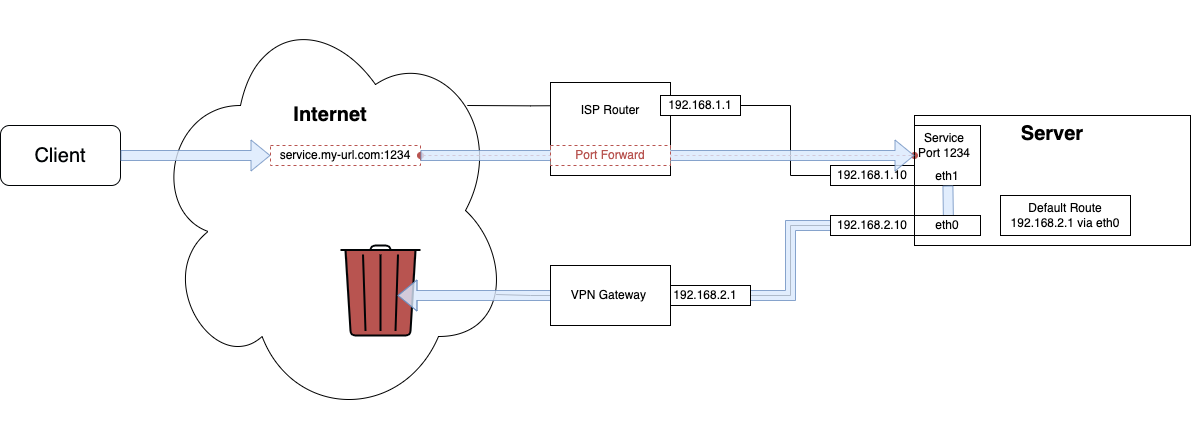
Before: assets/got.png, a diagram exported from draw.io (mietzen/split-gateway). Source tidied: cells renumbered, new cells last; positions are measured from the earlier drawing's top-left corner, leaving out a move shared by most shapes.
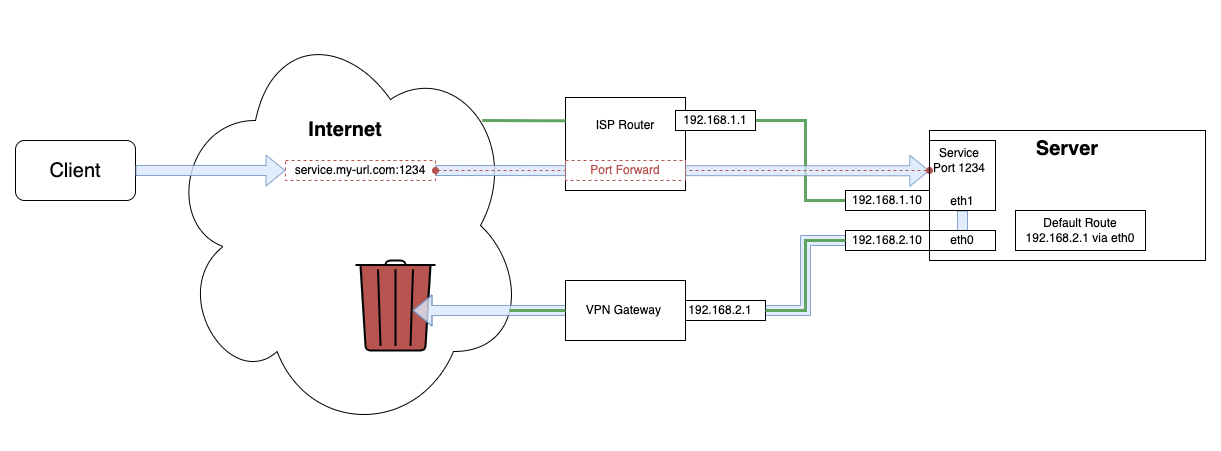
Above is the later version.

Diff of the diagram source:
```diff
@@ -2,93 +2,95 @@
   <root>
     <mxCell id="0" />
     <mxCell id="1" parent="0" />
-    <mxCell id="2" value="&lt;font style=&quot;font-size: 20px;&quot;&gt;&lt;br&gt;&lt;br&gt;&lt;br&gt;&lt;br&gt;&lt;b&gt;&lt;font style=&quot;font-size: 20px;&quot;&gt;Internet&lt;/font&gt;&lt;/b&gt;&lt;/font&gt;" style="ellipse;shape=cloud;whiteSpace=wrap;html=1;rounded=0;verticalAlign=top;" parent="1" vertex="1">
-      <mxGeometry x="150" width="360" height="420" as="geometry" />
+    <mxCell id="2" style="edgeStyle=orthogonalEdgeStyle;rounded=0;jettySize=auto;html=1;exitX=1;exitY=0.5;exitDx=0;exitDy=0;entryX=0;entryY=0.5;entryDx=0;entryDy=0;endArrow=none;endFill=0;strokeWidth=3;strokeColor=#60A461;" parent="1" edge="1" source="10" target="3">
+      <mxGeometry relative="1" as="geometry">
+        <Array as="points">
+          <mxPoint x="790" y="-125" />
+          <mxPoint x="790" y="-45" />
+        </Array>
+      </mxGeometry>
     </mxCell>
-    <mxCell id="3" style="edgeStyle=orthogonalEdgeStyle;rounded=0;jettySize=auto;html=1;endArrow=none;endFill=0;entryX=0.88;entryY=0.25;entryDx=0;entryDy=0;entryPerimeter=0;exitX=0;exitY=0.25;exitDx=0;exitDy=0;" parent="1" edge="1" source="4" target="2">
-      <mxGeometry relative="1" as="geometry" />
+    <mxCell id="3" value="192.168.1.10" style="rounded=0;whiteSpace=wrap;html=1;" parent="1" vertex="1">
+      <mxGeometry x="830" y="-55" width="84" height="20" as="geometry" />
     </mxCell>
-    <mxCell id="4" value="&lt;br&gt;ISP Router" style="rounded=0;whiteSpace=wrap;html=1;verticalAlign=top;" parent="1" vertex="1">
-      <mxGeometry x="550" y="82" width="120" height="93" as="geometry" />
+    <mxCell id="4" value="&lt;font style=&quot;font-size: 20px;&quot;&gt;&lt;br&gt;&lt;br&gt;&lt;br&gt;&lt;br&gt;&lt;b&gt;&lt;font style=&quot;font-size: 20px;&quot;&gt;Internet&lt;/font&gt;&lt;/b&gt;&lt;/font&gt;" style="ellipse;shape=cloud;whiteSpace=wrap;html=1;rounded=0;verticalAlign=top;" parent="1" vertex="1">
+      <mxGeometry x="150" y="-230" width="360" height="420" as="geometry" />
     </mxCell>
-    <mxCell id="5" value="&lt;b&gt;&lt;font style=&quot;font-size: 20px;&quot;&gt;Server&lt;/font&gt;&lt;/b&gt;" style="rounded=0;whiteSpace=wrap;html=1;align=center;verticalAlign=top;" parent="1" vertex="1">
-      <mxGeometry x="914" y="115" width="276" height="130" as="geometry" />
+    <mxCell id="5" style="shape=flexArrow;endArrow=classic;html=1;rounded=0;fontSize=20;fontColor=#B85450;fillColor=#dae8fc;strokeColor=#6c8ebf;opacity=80;entryX=-0.003;entryY=0.433;entryDx=0;entryDy=0;exitX=1;exitY=0.5;exitDx=0;exitDy=0;entryPerimeter=0;" parent="1" edge="1" source="22" target="14">
+      <mxGeometry relative="1" as="geometry" />
     </mxCell>
-    <mxCell id="6" value="192.168.1.1" style="rounded=0;whiteSpace=wrap;html=1;" parent="1" vertex="1">
-      <mxGeometry x="660" y="95" width="80" height="20" as="geometry" />
+    <mxCell id="6" value="&lt;b&gt;&lt;font style=&quot;font-size: 20px;&quot;&gt;Server&lt;/font&gt;&lt;/b&gt;" style="rounded=0;whiteSpace=wrap;html=1;align=center;verticalAlign=top;" parent="1" vertex="1">
+      <mxGeometry x="914" y="-115" width="276" height="130" as="geometry" />
     </mxCell>
-    <mxCell id="7" value="192.168.1.10" style="rounded=0;whiteSpace=wrap;html=1;" parent="1" vertex="1">
-      <mxGeometry x="830" y="165" width="84" height="20" as="geometry" />
+    <mxCell id="7" style="html=1;verticalLabelPosition=bottom;align=center;labelBackgroundColor=#ffffff;verticalAlign=top;strokeWidth=2;strokeColor=#000305;shadow=0;dashed=0;shape=mxgraph.ios7.icons.trashcan;fontSize=20;fontColor=#B85450;fillColor=#B85450;" parent="1" vertex="1">
+      <mxGeometry x="340" y="15" width="80" height="90" as="geometry" />
     </mxCell>
-    <mxCell id="8" style="edgeStyle=orthogonalEdgeStyle;rounded=0;jettySize=auto;html=1;exitX=1;exitY=0.5;exitDx=0;exitDy=0;entryX=0;entryY=0.5;entryDx=0;entryDy=0;endArrow=none;endFill=0;" parent="1" edge="1" source="6" target="7">
+    <mxCell id="8" style="shape=flexArrow;endArrow=classic;html=1;rounded=0;fontSize=20;fontColor=#B85450;fillColor=#dae8fc;strokeColor=#6c8ebf;opacity=80;exitX=0.5;exitY=1;exitDx=0;exitDy=0;" parent="1" edge="1" source="14">
       <mxGeometry relative="1" as="geometry">
+        <mxPoint x="397" y="65" as="targetPoint" />
         <Array as="points">
-          <mxPoint x="790" y="105" />
-          <mxPoint x="790" y="175" />
+          <mxPoint x="947" y="-4" />
+          <mxPoint x="830" y="-5" />
+          <mxPoint x="790" y="-5" />
+          <mxPoint x="790" y="65" />
+          <mxPoint x="740" y="65" />
         </Array>
       </mxGeometry>
     </mxCell>
-    <mxCell id="9" style="edgeStyle=orthogonalEdgeStyle;rounded=0;jettySize=auto;html=1;exitX=0;exitY=0.5;exitDx=0;exitDy=0;entryX=1;entryY=0.5;entryDx=0;entryDy=0;endArrow=none;endFill=0;" parent="1" edge="1" source="22" target="24">
-      <mxGeometry relative="1" as="geometry" />
+    <mxCell id="9" value="&lt;br&gt;ISP Router" style="rounded=0;whiteSpace=wrap;html=1;verticalAlign=top;" parent="1" vertex="1">
+      <mxGeometry x="550" y="-148" width="120" height="93" as="geometry" />
     </mxCell>
-    <mxCell id="10" value="Default Route&lt;br&gt;192.168.2.1 via eth0" style="text;html=1;strokeColor=default;fillColor=none;align=center;verticalAlign=middle;whiteSpace=wrap;rounded=0;" parent="1" vertex="1">
-      <mxGeometry x="1000" y="195" width="130" height="40" as="geometry" />
+    <mxCell id="10" value="192.168.1.1" style="rounded=0;whiteSpace=wrap;html=1;" parent="1" vertex="1">
+      <mxGeometry x="660" y="-135" width="80" height="20" as="geometry" />
     </mxCell>
-    <mxCell id="11" value="Service&lt;br&gt;Port 1234" style="text;html=1;strokeColor=none;fillColor=none;align=center;verticalAlign=middle;whiteSpace=wrap;rounded=0;" parent="1" vertex="1">
-      <mxGeometry x="914" y="125" width="60" height="40" as="geometry" />
+    <mxCell id="11" value="Default Route&lt;br&gt;192.168.2.1 via eth0" style="text;html=1;strokeColor=default;fillColor=none;align=center;verticalAlign=middle;whiteSpace=wrap;rounded=0;" parent="1" vertex="1">
+      <mxGeometry x="1000" y="-35" width="130" height="40" as="geometry" />
     </mxCell>
-    <mxCell id="12" value="service.my-url.com:1234" style="text;html=1;strokeColor=#B85450;fillColor=none;align=center;verticalAlign=middle;whiteSpace=wrap;rounded=0;dashed=1;" parent="1" vertex="1">
-      <mxGeometry x="270" y="145" width="150" height="20" as="geometry" />
+    <mxCell id="12" value="Service&lt;br&gt;Port 1234" style="text;html=1;strokeColor=none;fillColor=none;align=center;verticalAlign=middle;whiteSpace=wrap;rounded=0;" parent="1" vertex="1">
+      <mxGeometry x="914" y="-105" width="60" height="40" as="geometry" />
     </mxCell>
-    <mxCell id="13" style="edgeStyle=orthogonalEdgeStyle;rounded=0;jettySize=auto;html=1;exitX=0;exitY=0.75;exitDx=0;exitDy=0;entryX=1;entryY=0.5;entryDx=0;entryDy=0;endArrow=oval;endFill=1;dashed=1;startArrow=oval;startFill=1;fillColor=#f8cecc;strokeColor=#b85450;" parent="1" edge="1" source="11" target="12">
+    <mxCell id="13" style="edgeStyle=orthogonalEdgeStyle;rounded=0;jettySize=auto;html=1;exitX=0;exitY=0.75;exitDx=0;exitDy=0;entryX=1;entryY=0.5;entryDx=0;entryDy=0;endArrow=oval;endFill=1;dashed=1;startArrow=oval;startFill=1;fillColor=#f8cecc;strokeColor=#b85450;" parent="1" edge="1" source="12" target="22">
       <mxGeometry relative="1" as="geometry" />
     </mxCell>
     <mxCell id="14" value="eth1" style="text;html=1;strokeColor=default;fillColor=none;align=center;verticalAlign=bottom;whiteSpace=wrap;rounded=0;" parent="1" vertex="1">
-      <mxGeometry x="914" y="125" width="66" height="60" as="geometry" />
+      <mxGeometry x="914" y="-105" width="66" height="70" as="geometry" />
     </mxCell>
-    <mxCell id="15" style="edgeStyle=orthogonalEdgeStyle;rounded=0;jettySize=auto;html=1;endArrow=none;endFill=0;entryX=0.96;entryY=0.7;entryDx=0;entryDy=0;entryPerimeter=0;exitX=0;exitY=0.5;exitDx=0;exitDy=0;" parent="1" edge="1" source="25" target="2">
-      <mxGeometry relative="1" as="geometry" />
+    <mxCell id="15" value="&lt;font color=&quot;#000305&quot;&gt;Client&lt;/font&gt;" style="rounded=1;whiteSpace=wrap;html=1;fontSize=20;fontColor=#B85450;strokeColor=#000305;fillColor=default;" parent="1" vertex="1">
+      <mxGeometry y="-105" width="120" height="60" as="geometry" />
     </mxCell>
-    <mxCell id="16" style="shape=flexArrow;endArrow=classic;html=1;rounded=0;fontSize=20;fontColor=#B85450;fillColor=#dae8fc;strokeColor=#6c8ebf;opacity=80;entryX=0;entryY=0.5;entryDx=0;entryDy=0;exitX=1;exitY=0.5;exitDx=0;exitDy=0;" parent="1" edge="1" source="12" target="14">
-      <mxGeometry relative="1" as="geometry" />
+    <mxCell id="16" style="shape=flexArrow;endArrow=classic;html=1;rounded=0;fontSize=20;fontColor=#B85450;fillColor=#dae8fc;strokeColor=#6c8ebf;opacity=80;exitX=1;exitY=0.5;exitDx=0;exitDy=0;" parent="1" edge="1" source="15">
+      <mxGeometry relative="1" as="geometry">
+        <mxPoint x="270" y="-75" as="targetPoint" />
+      </mxGeometry>
     </mxCell>
-    <mxCell id="17" style="html=1;verticalLabelPosition=bottom;align=center;labelBackgroundColor=#ffffff;verticalAlign=top;strokeWidth=2;strokeColor=#000305;shadow=0;dashed=0;shape=mxgraph.ios7.icons.trashcan;fontSize=20;fontColor=#B85450;fillColor=#B85450;" parent="1" vertex="1">
-      <mxGeometry x="340" y="245" width="80" height="90" as="geometry" />
+    <mxCell id="17" value="&lt;font color=&quot;#b85450&quot;&gt;Port Forward&lt;/font&gt;" style="rounded=0;whiteSpace=wrap;html=1;dashed=1;strokeColor=#B85450;" parent="1" vertex="1">
+      <mxGeometry x="550" y="-85" width="120" height="20" as="geometry" />
     </mxCell>
-    <mxCell id="18" style="shape=flexArrow;endArrow=classic;html=1;rounded=0;fontSize=20;fontColor=#B85450;fillColor=#dae8fc;strokeColor=#6c8ebf;opacity=80;" parent="1" edge="1" source="14">
-      <mxGeometry relative="1" as="geometry">
-        <mxPoint x="397" y="295" as="targetPoint" />
-        <Array as="points">
-          <mxPoint x="948" y="226" />
-          <mxPoint x="830" y="225" />
-          <mxPoint x="790" y="225" />
-          <mxPoint x="790" y="295" />
-          <mxPoint x="740" y="295" />
-        </Array>
-      </mxGeometry>
+    <mxCell id="18" value="192.168.2.10" style="rounded=0;whiteSpace=wrap;html=1;" parent="1" vertex="1">
+      <mxGeometry x="830" y="-15" width="84" height="20" as="geometry" />
     </mxCell>
-    <mxCell id="19" value="&lt;font color=&quot;#000305&quot;&gt;Client&lt;/font&gt;" style="rounded=1;whiteSpace=wrap;html=1;fontSize=20;fontColor=#B85450;strokeColor=#000305;fillColor=default;" parent="1" vertex="1">
-      <mxGeometry y="125" width="120" height="60" as="geometry" />
+    <mxCell id="19" value="eth0" style="text;html=1;strokeColor=default;fillColor=default;align=center;verticalAlign=middle;whiteSpace=wrap;rounded=0;" parent="1" vertex="1">
+      <mxGeometry x="914" y="-15" width="66" height="20" as="geometry" />
     </mxCell>
-    <mxCell id="20" style="shape=flexArrow;endArrow=classic;html=1;rounded=0;fontSize=20;fontColor=#B85450;fillColor=#dae8fc;strokeColor=#6c8ebf;opacity=80;exitX=1;exitY=0.5;exitDx=0;exitDy=0;" parent="1" edge="1" source="19">
-      <mxGeometry relative="1" as="geometry">
-        <mxPoint x="270" y="155" as="targetPoint" />
-      </mxGeometry>
+    <mxCell id="20" value="192.168.2.1" style="rounded=0;whiteSpace=wrap;html=1;" parent="1" vertex="1">
+      <mxGeometry x="660" y="55" width="90" height="20" as="geometry" />
     </mxCell>
-    <mxCell id="21" value="&lt;font color=&quot;#b85450&quot;&gt;Port Forward&lt;/font&gt;" style="rounded=0;whiteSpace=wrap;html=1;dashed=1;strokeColor=#B85450;" parent="1" vertex="1">
-      <mxGeometry x="550" y="145" width="120" height="20" as="geometry" />
+    <mxCell id="21" value="VPN Gateway&amp;nbsp;" style="rounded=0;whiteSpace=wrap;html=1;" parent="1" vertex="1">
+      <mxGeometry x="550" y="35" width="120" height="60" as="geometry" />
     </mxCell>
-    <mxCell id="22" value="192.168.2.10" style="rounded=0;whiteSpace=wrap;html=1;" parent="1" vertex="1">
-      <mxGeometry x="830" y="215" width="84" height="20" as="geometry" />
+    <mxCell id="22" value="service.my-url.com:1234" style="text;html=1;strokeColor=#B85450;fillColor=none;align=center;verticalAlign=middle;whiteSpace=wrap;rounded=0;dashed=1;" parent="1" vertex="1">
+      <mxGeometry x="270" y="-85" width="150" height="20" as="geometry" />
     </mxCell>
-    <mxCell id="23" value="eth0" style="text;html=1;strokeColor=default;fillColor=default;align=center;verticalAlign=middle;whiteSpace=wrap;rounded=0;" parent="1" vertex="1">
-      <mxGeometry x="914" y="215" width="66" height="20" as="geometry" />
+    <mxCell id="23" style="edgeStyle=orthogonalEdgeStyle;rounded=0;jettySize=auto;html=1;endArrow=none;endFill=0;entryX=0.88;entryY=0.25;entryDx=0;entryDy=0;entryPerimeter=0;exitX=0;exitY=0.25;exitDx=0;exitDy=0;strokeWidth=3;strokeColor=#60A461;" parent="1" edge="1" source="9" target="4">
+      <mxGeometry relative="1" as="geometry" />
     </mxCell>
-    <mxCell id="24" value="192.168.2.1" style="rounded=0;whiteSpace=wrap;html=1;" parent="1" vertex="1">
-      <mxGeometry x="660" y="285" width="90" height="20" as="geometry" />
+    <mxCell id="24" style="edgeStyle=orthogonalEdgeStyle;rounded=0;jettySize=auto;html=1;exitX=0;exitY=0.5;exitDx=0;exitDy=0;entryX=1;entryY=0.5;entryDx=0;entryDy=0;endArrow=none;endFill=0;strokeWidth=3;strokeColor=#60A461;" parent="1" edge="1" source="18" target="20">
+      <mxGeometry relative="1" as="geometry" />
     </mxCell>
-    <mxCell id="25" value="VPN Gateway&amp;nbsp;" style="rounded=0;whiteSpace=wrap;html=1;" parent="1" vertex="1">
-      <mxGeometry x="550" y="265" width="120" height="60" as="geometry" />
+    <mxCell id="25" style="edgeStyle=orthogonalEdgeStyle;rounded=0;jettySize=auto;html=1;endArrow=none;endFill=0;exitX=0;exitY=0.5;exitDx=0;exitDy=0;strokeWidth=3;strokeColor=#60A461;" parent="1" edge="1" source="21">
+      <mxGeometry relative="1" as="geometry">
+        <mxPoint x="494" y="65" as="targetPoint" />
+      </mxGeometry>
     </mxCell>
   </root>
 </mxGraphModel>
```
